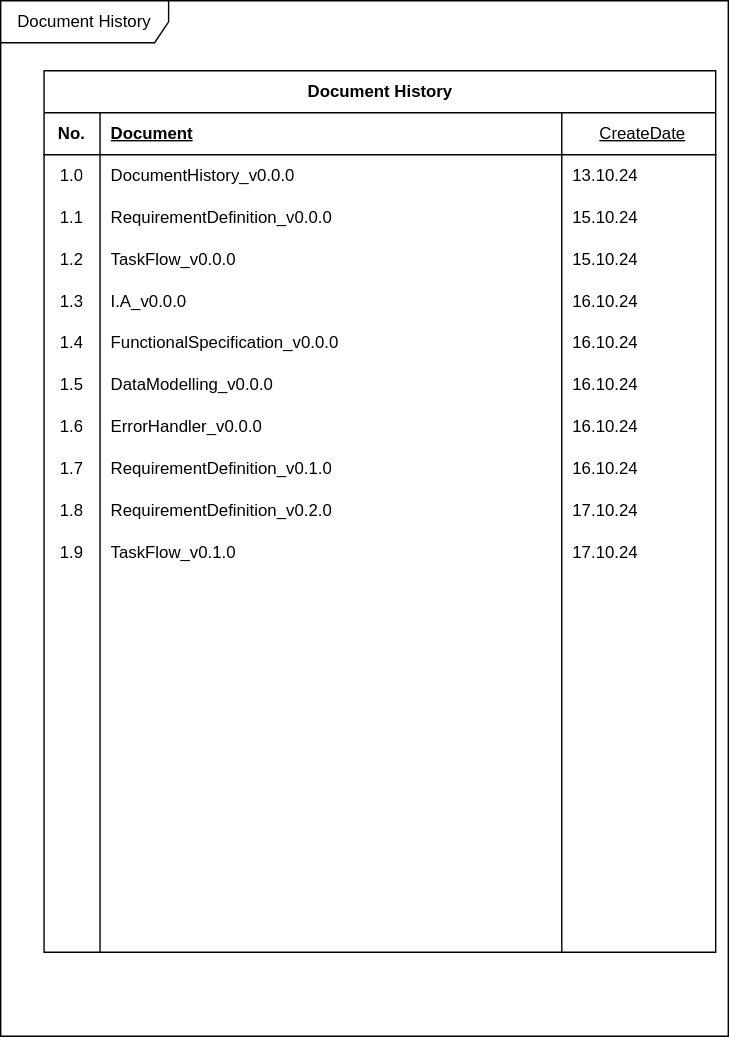
Before: Document/WeadinatorDocumentation.svg, a diagram exported from draw.io (cjungwo/Weadinator). Source tidied: cells renumbered, new cells last; positions are measured from the earlier drawing's top-left corner, leaving out a move shared by most shapes.
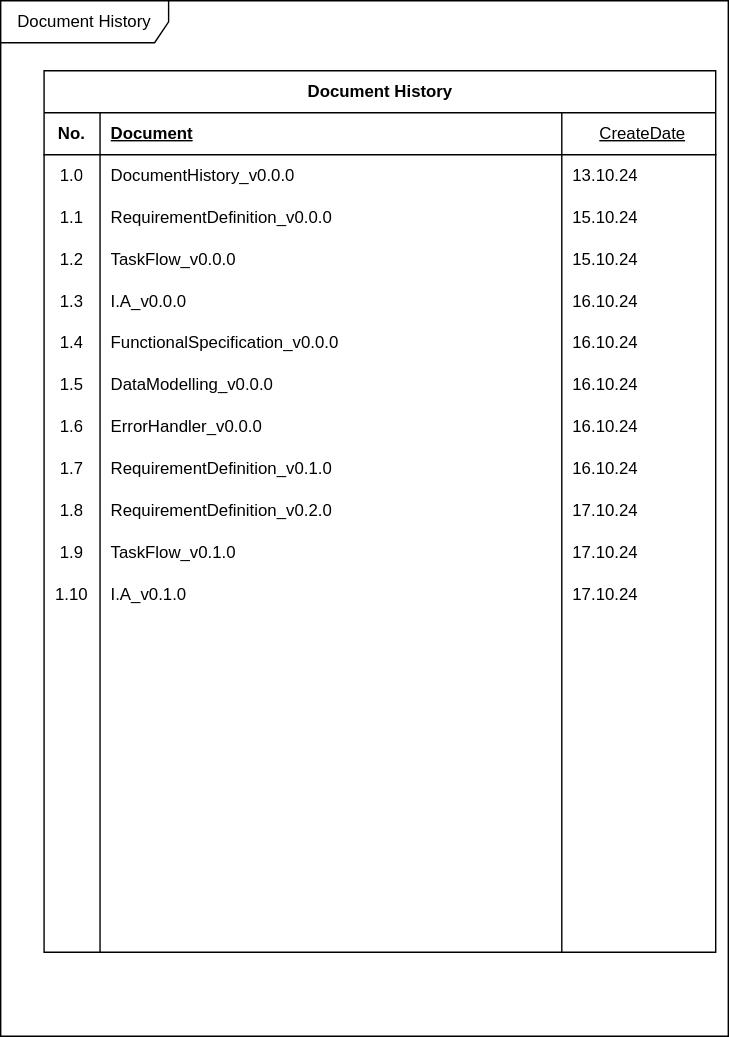
After the change.

Change to the diagram source:
```diff
@@ -143,13 +143,13 @@
     <mxCell id="48" style="shape=tableRow;horizontal=0;startSize=0;swimlaneHead=0;swimlaneBody=0;fillColor=none;top=0;left=0;right=0;bottom=0;" parent="3" vertex="1">
       <mxGeometry y="360" width="480" height="30" as="geometry" />
     </mxCell>
-    <mxCell id="49" style="shape=partialRectangle;fillColor=none;top=0;left=0;bottom=0;right=0;overflow=hidden;whiteSpace=wrap;html=1;" parent="48" vertex="1">
+    <mxCell id="49" value="1.10" style="shape=partialRectangle;fillColor=none;top=0;left=0;bottom=0;right=0;overflow=hidden;whiteSpace=wrap;html=1;" parent="48" vertex="1">
       <mxGeometry width="40" height="30" as="geometry" />
     </mxCell>
-    <mxCell id="50" style="shape=partialRectangle;fillColor=none;top=0;left=0;bottom=0;right=0;align=left;spacingLeft=6;overflow=hidden;whiteSpace=wrap;html=1;" parent="48" vertex="1">
+    <mxCell id="50" value="I.A_v0.1.0" style="shape=partialRectangle;fillColor=none;top=0;left=0;bottom=0;right=0;align=left;spacingLeft=6;overflow=hidden;whiteSpace=wrap;html=1;" parent="48" vertex="1">
       <mxGeometry x="40" width="330" height="30" as="geometry" />
     </mxCell>
-    <mxCell id="51" style="shape=partialRectangle;fillColor=none;top=0;left=0;bottom=0;right=0;align=left;spacingLeft=6;overflow=hidden;whiteSpace=wrap;html=1;" parent="48" vertex="1">
+    <mxCell id="51" value="17.10.24" style="shape=partialRectangle;fillColor=none;top=0;left=0;bottom=0;right=0;align=left;spacingLeft=6;overflow=hidden;whiteSpace=wrap;html=1;" parent="48" vertex="1">
       <mxGeometry x="370" width="110" height="30" as="geometry" />
     </mxCell>
     <mxCell id="52" style="shape=tableRow;horizontal=0;startSize=0;swimlaneHead=0;swimlaneBody=0;fillColor=none;top=0;left=0;right=0;bottom=0;" parent="3" vertex="1">
```
